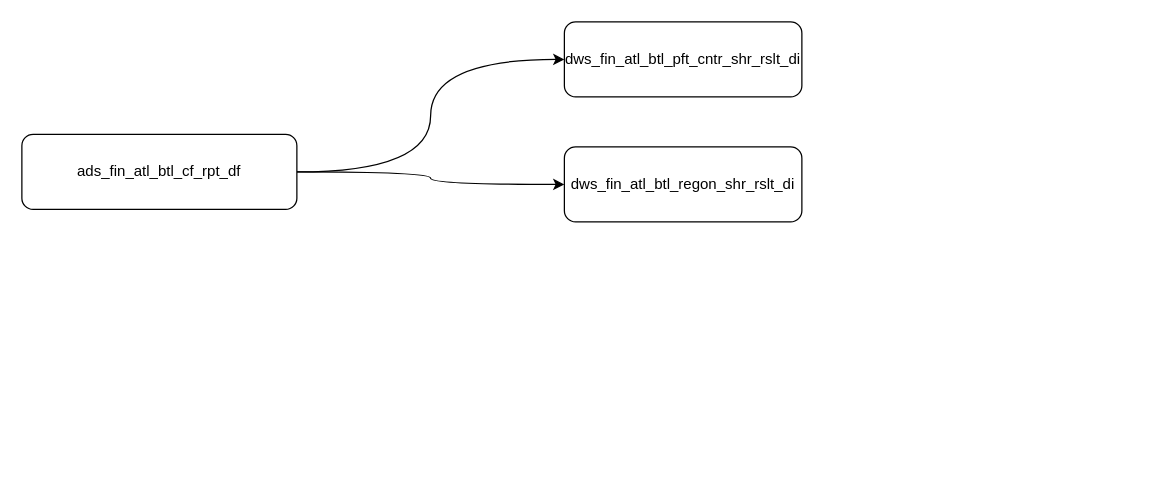
fsJerryChan/fsJerryChan keeps this draw.io diagram as ads_fin_atl_btl_dtl_rpt_df.drawio. Above is the earlier version. Source tidied: cells renumbered, new cells numbered last; positions are measured from the earlier drawing's top-left corner, leaving out a move shared by most shapes. Both pictures are drawn from the tidied source at 125%, with x=0, y=0 at pixel (21, 21).
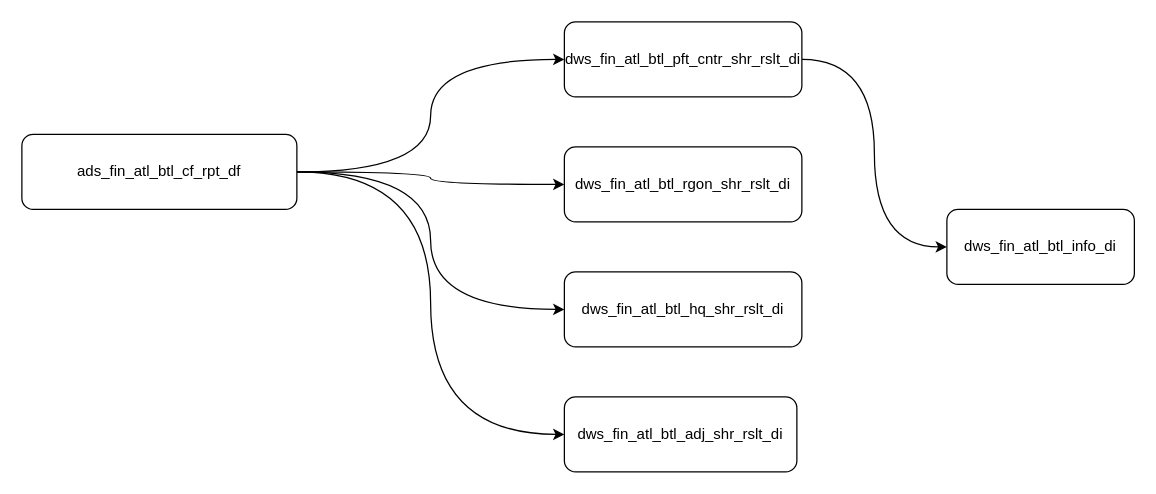
After the change.

Change to the diagram source:
```diff
@@
 <mxGraphModel>
   <root>
     <mxCell id="0" />
     <mxCell id="1" parent="0" />
     <mxCell id="2" style="edgeStyle=orthogonalEdgeStyle;rounded=0;jettySize=auto;html=1;entryX=0;entryY=0.5;entryDx=0;entryDy=0;curved=1;" parent="1" edge="1" source="4" target="5">
       <mxGeometry relative="1" as="geometry" />
     </mxCell>
     <mxCell id="3" style="edgeStyle=orthogonalEdgeStyle;rounded=0;jettySize=auto;html=1;entryX=0;entryY=0.5;entryDx=0;entryDy=0;curved=1;" parent="1" edge="1" source="4" target="6">
       <mxGeometry relative="1" as="geometry" />
     </mxCell>
+    <mxCell id="7" style="edgeStyle=orthogonalEdgeStyle;rounded=0;jettySize=auto;html=1;entryX=0;entryY=0.5;entryDx=0;entryDy=0;curved=1;" parent="1" edge="1" source="4" target="10">
+      <mxGeometry relative="1" as="geometry" />
+    </mxCell>
+    <mxCell id="8" style="edgeStyle=orthogonalEdgeStyle;rounded=0;jettySize=auto;html=1;entryX=0;entryY=0.5;entryDx=0;entryDy=0;curved=1;" parent="1" edge="1" source="4" target="11">
+      <mxGeometry relative="1" as="geometry" />
+    </mxCell>
     <mxCell id="4" value="ads_fin_atl_btl_cf_rpt_df" style="rounded=1;whiteSpace=wrap;html=1;" parent="1" vertex="1">
       <mxGeometry y="90" width="220" height="60" as="geometry" />
     </mxCell>
-    <mxCell id="5" value="dws_fin_atl_btl_regon_shr_rslt_di" style="rounded=1;html=1;whiteSpace=wrap;" parent="1" vertex="1">
+    <mxCell id="5" value="dws_fin_atl_btl_rgon_shr_rslt_di" style="rounded=1;html=1;whiteSpace=wrap;" parent="1" vertex="1">
       <mxGeometry x="434" y="100" width="190" height="60" as="geometry" />
     </mxCell>
+    <mxCell id="9" style="edgeStyle=orthogonalEdgeStyle;rounded=0;jettySize=auto;html=1;entryX=0;entryY=0.5;entryDx=0;entryDy=0;curved=1;" parent="1" edge="1" source="6" target="12">
+      <mxGeometry relative="1" as="geometry" />
+    </mxCell>
     <mxCell id="6" value="dws_fin_atl_btl_pft_cntr_shr_rslt_di" style="rounded=1;html=1;whiteSpace=wrap;" parent="1" vertex="1">
       <mxGeometry x="434" width="190" height="60" as="geometry" />
     </mxCell>
+    <mxCell id="10" value="dws_fin_atl_btl_hq_shr_rslt_di" style="rounded=1;whiteSpace=wrap;html=1;" parent="1" vertex="1">
+      <mxGeometry x="434" y="200" width="190" height="60" as="geometry" />
+    </mxCell>
+    <mxCell id="11" value="dws_fin_atl_btl_adj_shr_rslt_di" style="rounded=1;whiteSpace=wrap;html=1;" parent="1" vertex="1">
+      <mxGeometry x="434" y="300" width="186" height="60" as="geometry" />
+    </mxCell>
+    <mxCell id="12" value="dws_fin_atl_btl_info_di" style="rounded=1;whiteSpace=wrap;html=1;" parent="1" vertex="1">
+      <mxGeometry x="740" y="150" width="150" height="60" as="geometry" />
+    </mxCell>
   </root>
 </mxGraphModel>
```
